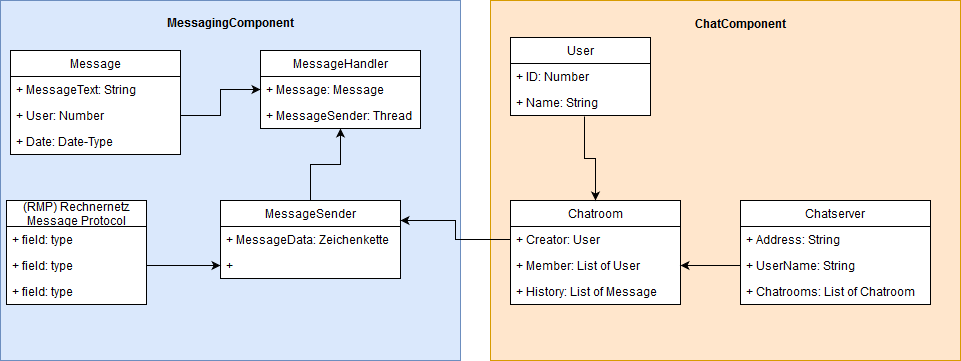
Earlier version of the draw.io export wiki/RN-Chat-Architecture-0.1.png (kboehringer/RN-A2-Chat-Client-Server). Source tidied: cells renumbered, new cells last; positions are measured from the earlier drawing's top-left corner, leaving out a move shared by most shapes.
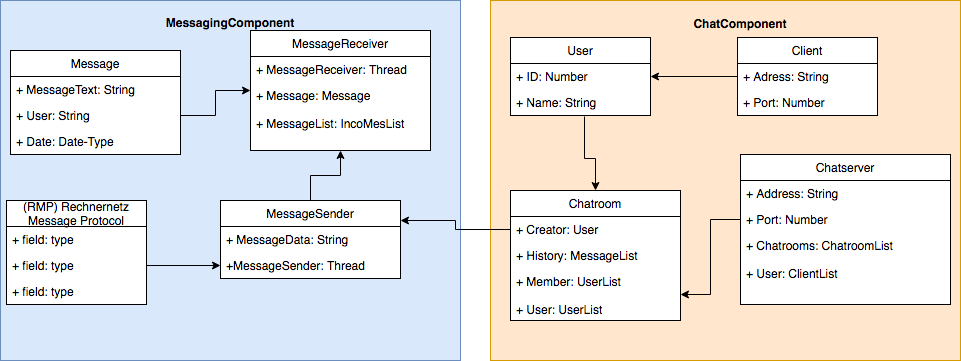
Above is the later version.

The edit, as a diff of the source:
```diff
@@ -11,7 +11,7 @@
     <mxCell id="4" value="+ MessageText: String" style="text;strokeColor=none;fillColor=none;align=left;verticalAlign=top;spacingLeft=4;spacingRight=4;overflow=hidden;" parent="3" vertex="1">
       <mxGeometry y="26" width="170" height="26" as="geometry" />
     </mxCell>
-    <mxCell id="5" value="+ User: Number" style="text;strokeColor=none;fillColor=none;align=left;verticalAlign=top;spacingLeft=4;spacingRight=4;overflow=hidden;points=[[0,0.5],[1,0.5]];portConstraint=eastwest;" parent="3" vertex="1">
+    <mxCell id="5" value="+ User: String" style="text;strokeColor=none;fillColor=none;align=left;verticalAlign=top;spacingLeft=4;spacingRight=4;overflow=hidden;points=[[0,0.5],[1,0.5]];portConstraint=eastwest;" parent="3" vertex="1">
       <mxGeometry y="52" width="170" height="26" as="geometry" />
     </mxCell>
     <mxCell id="6" value="+ Date: Date-Type" style="text;strokeColor=none;fillColor=none;align=left;verticalAlign=top;spacingLeft=4;spacingRight=4;overflow=hidden;" parent="3" vertex="1">
@@ -26,21 +26,21 @@
     <mxCell id="9" value="MessageSender" style="swimlane;fontStyle=0;horizontal=1;startSize=26;fillColor=none;swimlaneFillColor=#ffffff;" parent="1" vertex="1">
       <mxGeometry x="220" y="200" width="180" height="78" as="geometry" />
     </mxCell>
-    <mxCell id="10" value="+ MessageData: Zeichenkette" style="text;strokeColor=none;fillColor=none;align=left;verticalAlign=top;spacingLeft=4;spacingRight=4;overflow=hidden;" parent="9" vertex="1">
+    <mxCell id="10" value="+ MessageData: String&#10;" style="text;strokeColor=none;fillColor=none;align=left;verticalAlign=top;spacingLeft=4;spacingRight=4;overflow=hidden;" parent="9" vertex="1">
       <mxGeometry y="26" width="180" height="26" as="geometry" />
     </mxCell>
-    <mxCell id="11" value="+ " style="text;strokeColor=none;fillColor=none;align=left;verticalAlign=top;spacingLeft=4;spacingRight=4;overflow=hidden;points=[[0,0.5],[1,0.5]];portConstraint=eastwest;" parent="9" vertex="1">
+    <mxCell id="11" value="+MessageSender: Thread" style="text;strokeColor=none;fillColor=none;align=left;verticalAlign=top;spacingLeft=4;spacingRight=4;overflow=hidden;points=[[0,0.5],[1,0.5]];portConstraint=eastwest;" parent="9" vertex="1">
       <mxGeometry y="52" width="180" height="26" as="geometry" />
     </mxCell>
-    <mxCell id="12" value="MessageHandler" style="swimlane;fontStyle=0;horizontal=1;startSize=26;fillColor=none;swimlaneFillColor=#ffffff;" parent="1" vertex="1">
-      <mxGeometry x="260" y="50" width="160" height="78" as="geometry" />
+    <mxCell id="12" value="MessageReceiver" style="swimlane;fontStyle=0;horizontal=1;startSize=26;fillColor=none;swimlaneFillColor=#ffffff;" parent="1" vertex="1">
+      <mxGeometry x="250" y="30" width="180" height="120" as="geometry" />
     </mxCell>
+    <mxCell id="14" value="+ MessageReceiver: Thread" style="text;strokeColor=none;fillColor=none;align=left;verticalAlign=top;spacingLeft=4;spacingRight=4;overflow=hidden;" parent="12" vertex="1">
+      <mxGeometry y="26" width="180" height="26" as="geometry" />
+    </mxCell>
-    <mxCell id="13" value="+ Message: Message" style="text;strokeColor=none;fillColor=none;align=left;verticalAlign=top;spacingLeft=4;spacingRight=4;overflow=hidden;" parent="12" vertex="1">
-      <mxGeometry y="26" width="160" height="26" as="geometry" />
+    <mxCell id="13" value="+ Message: Message&#10;&#10;+ MessageList: IncoMesList" style="text;strokeColor=none;fillColor=none;align=left;verticalAlign=top;spacingLeft=4;spacingRight=4;overflow=hidden;" parent="12" vertex="1">
+      <mxGeometry y="52" width="180" height="68" as="geometry" />
     </mxCell>
-    <mxCell id="14" value="+ MessageSender: Thread" style="text;strokeColor=none;fillColor=none;align=left;verticalAlign=top;spacingLeft=4;spacingRight=4;overflow=hidden;" parent="12" vertex="1">
-      <mxGeometry y="52" width="160" height="26" as="geometry" />
-    </mxCell>
     <mxCell id="15" style="html=1;fillColor=#ffe6cc;strokeColor=#d79b00;" parent="1" vertex="1">
       <mxGeometry x="490" width="470" height="360" as="geometry" />
     </mxCell>
@@ -66,17 +66,17 @@
       <mxGeometry relative="1" as="geometry" />
     </mxCell>
     <mxCell id="23" value="Chatroom" style="swimlane;fontStyle=0;horizontal=1;startSize=26;fillColor=none;swimlaneFillColor=#ffffff;" parent="1" vertex="1">
-      <mxGeometry x="510" y="200" width="170" height="104" as="geometry" />
+      <mxGeometry x="510" y="190" width="170" height="130" as="geometry" />
     </mxCell>
     <mxCell id="24" value="+ Creator: User" style="text;strokeColor=none;fillColor=none;align=left;verticalAlign=top;spacingLeft=4;spacingRight=4;overflow=hidden;points=[[0,0.5],[1,0.5]];portConstraint=eastwest;" parent="23" vertex="1">
       <mxGeometry y="26" width="170" height="26" as="geometry" />
     </mxCell>
+    <mxCell id="26" value="+ History: MessageList" style="text;strokeColor=none;fillColor=none;align=left;verticalAlign=top;spacingLeft=4;spacingRight=4;overflow=hidden;" parent="23" vertex="1">
+      <mxGeometry y="52" width="170" height="26" as="geometry" />
+    </mxCell>
-    <mxCell id="25" value="+ Member: List of User" style="text;strokeColor=none;fillColor=none;align=left;verticalAlign=top;spacingLeft=4;spacingRight=4;overflow=hidden;points=[[0,0.5],[1,0.5]];portConstraint=eastwest;" parent="23" vertex="1">
-      <mxGeometry y="52" width="170" height="26" as="geometry" />
+    <mxCell id="25" value="+ Member: UserList&#10;&#10;+ User: UserList" style="text;strokeColor=none;fillColor=none;align=left;verticalAlign=top;spacingLeft=4;spacingRight=4;overflow=hidden;points=[[0,0.5],[1,0.5]];portConstraint=eastwest;" parent="23" vertex="1">
+      <mxGeometry y="78" width="170" height="52" as="geometry" />
     </mxCell>
-    <mxCell id="26" value="+ History: List of Message" style="text;strokeColor=none;fillColor=none;align=left;verticalAlign=top;spacingLeft=4;spacingRight=4;overflow=hidden;" parent="23" vertex="1">
-      <mxGeometry y="78" width="170" height="26" as="geometry" />
-    </mxCell>
     <mxCell id="27" style="edgeStyle=orthogonalEdgeStyle;rounded=0;html=1;exitX=0.529;exitY=1.038;entryX=0.5;entryY=0;jettySize=auto;exitPerimeter=0;" parent="1" edge="1" source="30" target="23">
       <mxGeometry relative="1" as="geometry">
         <Array as="points">
@@ -95,16 +95,16 @@
       <mxGeometry y="52" width="140" height="26" as="geometry" />
     </mxCell>
     <mxCell id="31" value="Chatserver" style="swimlane;fontStyle=0;horizontal=1;startSize=26;fillColor=none;swimlaneFillColor=#ffffff;" parent="1" vertex="1">
-      <mxGeometry x="740" y="200" width="190" height="104" as="geometry" />
+      <mxGeometry x="740" y="154" width="210" height="150" as="geometry" />
     </mxCell>
     <mxCell id="32" value="+ Address: String" style="text;strokeColor=none;fillColor=none;align=left;verticalAlign=top;spacingLeft=4;spacingRight=4;overflow=hidden;" parent="31" vertex="1">
-      <mxGeometry y="26" width="190" height="26" as="geometry" />
+      <mxGeometry y="26" width="210" height="26" as="geometry" />
     </mxCell>
-    <mxCell id="33" value="+ UserName: String" style="text;strokeColor=none;fillColor=none;align=left;verticalAlign=top;spacingLeft=4;spacingRight=4;overflow=hidden;points=[[0,0.5],[1,0.5]];portConstraint=eastwest;" parent="31" vertex="1">
-      <mxGeometry y="52" width="190" height="26" as="geometry" />
+    <mxCell id="33" value="+ Port: Number" style="text;strokeColor=none;fillColor=none;align=left;verticalAlign=top;spacingLeft=4;spacingRight=4;overflow=hidden;points=[[0,0.5],[1,0.5]];portConstraint=eastwest;" parent="31" vertex="1">
+      <mxGeometry y="52" width="210" height="26" as="geometry" />
     </mxCell>
-    <mxCell id="34" value="+ Chatrooms: List of Chatroom" style="text;strokeColor=none;fillColor=none;align=left;verticalAlign=top;spacingLeft=4;spacingRight=4;overflow=hidden;" parent="31" vertex="1">
-      <mxGeometry y="78" width="190" height="26" as="geometry" />
+    <mxCell id="34" value="+ Chatrooms: ChatroomList&#10;&#10;+ User: ClientList" style="text;strokeColor=none;fillColor=none;align=left;verticalAlign=top;spacingLeft=4;spacingRight=4;overflow=hidden;" parent="31" vertex="1">
+      <mxGeometry y="78" width="210" height="72" as="geometry" />
     </mxCell>
     <mxCell id="35" style="edgeStyle=orthogonalEdgeStyle;rounded=0;html=1;exitX=0;exitY=0.5;jettySize=auto;" parent="1" edge="1" source="33" target="25">
       <mxGeometry relative="1" as="geometry" />
@@ -112,5 +112,17 @@
     <mxCell id="36" style="edgeStyle=orthogonalEdgeStyle;rounded=0;html=1;exitX=0;exitY=0.5;entryX=1;entryY=0.25;jettySize=auto;" parent="1" edge="1" source="24" target="9">
       <mxGeometry relative="1" as="geometry" />
     </mxCell>
+    <mxCell id="37" style="edgeStyle=orthogonalEdgeStyle;rounded=0;html=1;jettySize=auto;" parent="1" edge="1" source="38" target="29">
+      <mxGeometry relative="1" as="geometry" />
+    </mxCell>
+    <mxCell id="38" value="Client" style="swimlane;fontStyle=0;horizontal=1;startSize=26;fillColor=none;swimlaneFillColor=#ffffff;" parent="1" vertex="1">
+      <mxGeometry x="737" y="37" width="140" height="78" as="geometry" />
+    </mxCell>
+    <mxCell id="39" value="+ Adress: String" style="text;strokeColor=none;fillColor=none;align=left;verticalAlign=top;spacingLeft=4;spacingRight=4;overflow=hidden;" parent="38" vertex="1">
+      <mxGeometry y="26" width="140" height="26" as="geometry" />
+    </mxCell>
+    <mxCell id="40" value="+ Port: Number" style="text;strokeColor=none;fillColor=none;align=left;verticalAlign=top;spacingLeft=4;spacingRight=4;overflow=hidden;" parent="38" vertex="1">
+      <mxGeometry y="52" width="140" height="26" as="geometry" />
+    </mxCell>
   </root>
 </mxGraphModel>
```
